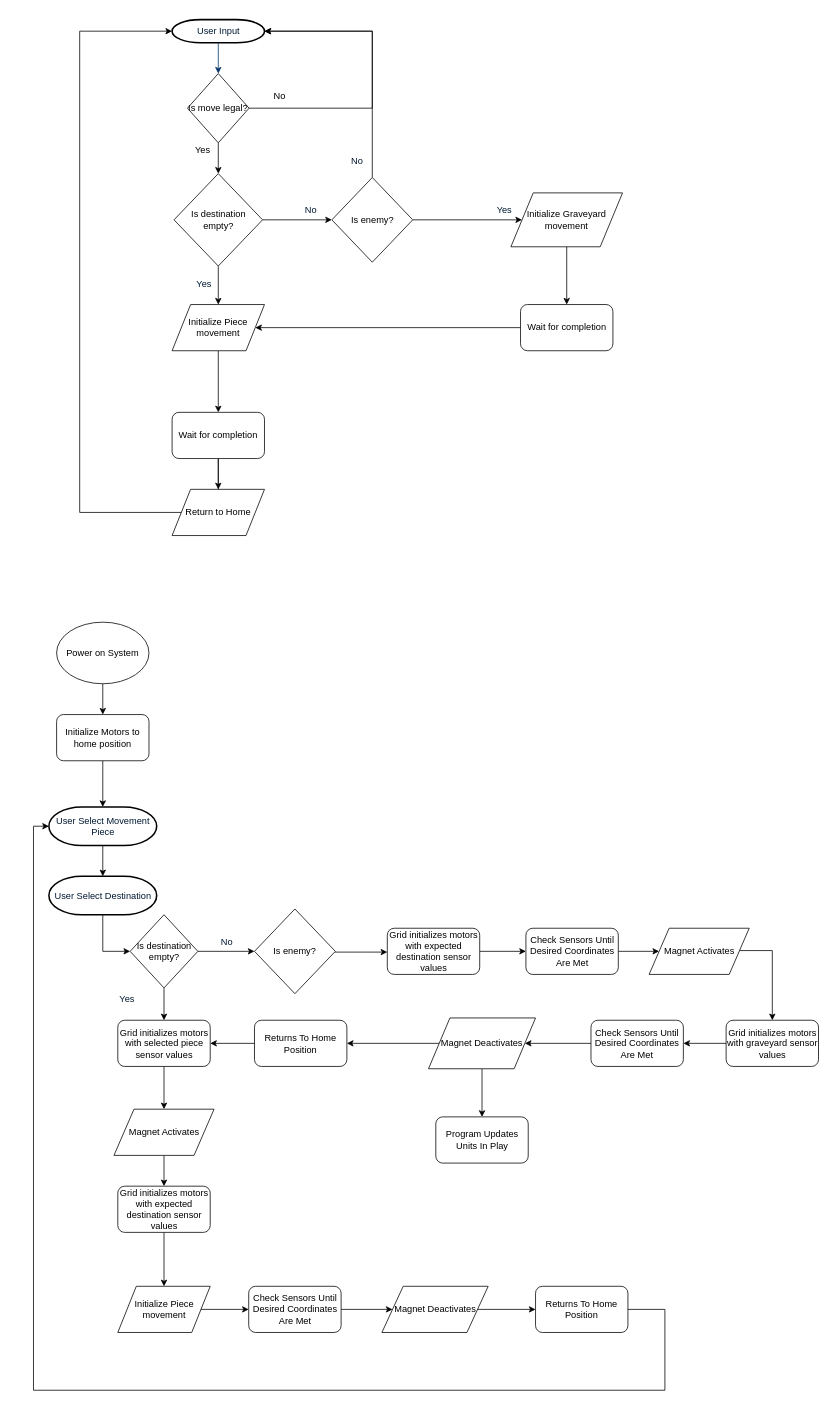
Earlier version of the draw.io diagram Block_Diagram.drawio (rsolo93/Chess). Source tidied: cells renumbered, new cells numbered last; positions are measured from the earlier drawing's top-left corner, leaving out a move shared by most shapes. Both pictures are drawn from the tidied source at 77%, with x=0, y=0 at pixel (33, 19).
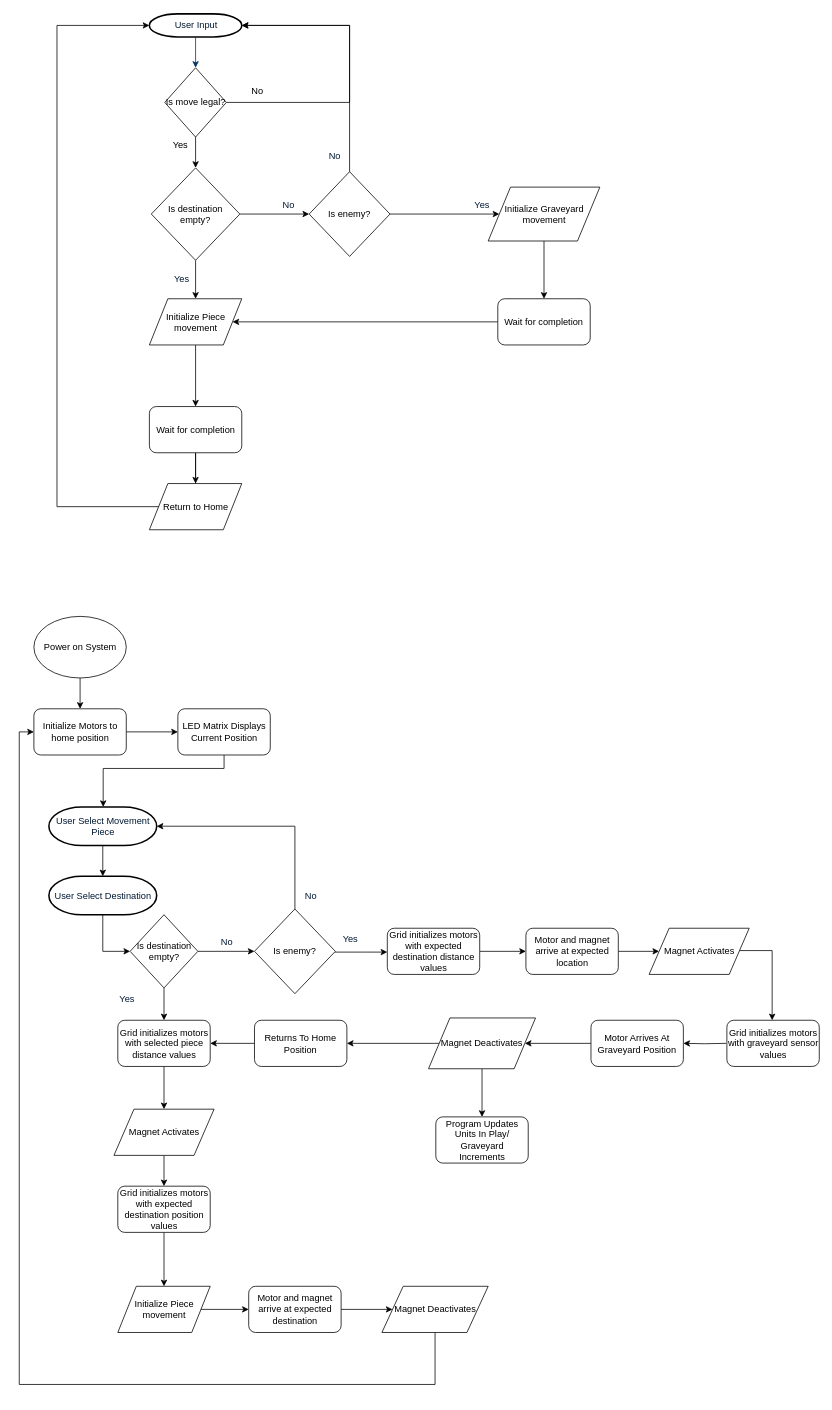
Above is the later version.

Unchanged cells that the change refers to:
```xml
<mxCell id="35" value="User Select Movement &lt;br&gt;Piece" style="shape=mxgraph.flowchart.terminator;fillColor=#FFFFFF;strokeColor=#000000;strokeWidth=2;gradientColor=none;gradientDirection=north;fontColor=#001933;fontStyle=0;html=1;" parent="1" vertex="1">
  <mxGeometry x="20" y="1022.5" width="140" height="50" as="geometry" />
</mxCell>
<mxCell id="42" value="Is enemy?" style="rhombus;whiteSpace=wrap;html=1;" parent="1" vertex="1">
  <mxGeometry x="287" y="1155" width="105" height="110" as="geometry" />
</mxCell>
<mxCell id="58" value="Magnet Deactivates" style="shape=parallelogram;perimeter=parallelogramPerimeter;whiteSpace=wrap;html=1;" parent="1" vertex="1">
  <mxGeometry x="452.5" y="1645" width="138" height="60" as="geometry" />
</mxCell>
<mxCell id="62" value="Magnet Activates" style="shape=parallelogram;perimeter=parallelogramPerimeter;whiteSpace=wrap;html=1;" parent="1" vertex="1">
  <mxGeometry x="799.5" y="1180" width="130" height="60" as="geometry" />
</mxCell>
```

What changed in the source:
```diff
@@
     <mxCell id="2" value="User Input" style="shape=mxgraph.flowchart.terminator;fillColor=#FFFFFF;strokeColor=#000000;strokeWidth=2;gradientColor=none;gradientDirection=north;fontColor=#001933;fontStyle=0;html=1;" parent="1" vertex="1">
-      <mxGeometry x="180" width="120" height="30" as="geometry" />
+      <mxGeometry x="150.5" y="-7.5" width="120" height="30" as="geometry" />
     </mxCell>
     <mxCell id="3" style="fontColor=#001933;fontStyle=1;strokeColor=#003366;strokeWidth=1;html=1;" parent="1" edge="1" source="2">
       <mxGeometry relative="1" as="geometry">
-        <mxPoint x="240" y="70" as="targetPoint" />
+        <mxPoint x="210.5" y="62.5" as="targetPoint" />
       </mxGeometry>
     </mxCell>
     <mxCell id="4" value="No" style="text;fontColor=#001933;fontStyle=0;html=1;strokeColor=none;gradientColor=none;fillColor=none;strokeWidth=2;align=center;" parent="1" vertex="1">
-      <mxGeometry x="400" y="170" width="40" height="26" as="geometry" />
+      <mxGeometry x="370.5" y="162.5" width="40" height="26" as="geometry" />
     </mxCell>
     <mxCell id="5" value="Yes" style="text;fontColor=#001933;fontStyle=0;html=1;strokeColor=none;gradientColor=none;fillColor=none;strokeWidth=2;" parent="1" vertex="1">
-      <mxGeometry x="600" y="234" width="40" height="26" as="geometry" />
+      <mxGeometry x="570.5" y="226.5" width="40" height="26" as="geometry" />
     </mxCell>
     <mxCell id="6" style="edgeStyle=orthogonalEdgeStyle;rounded=0;jettySize=auto;html=1;entryX=1;entryY=0.5;entryDx=0;entryDy=0;entryPerimeter=0;" parent="1" edge="1" source="8" target="2">
       <mxGeometry relative="1" as="geometry">
         <Array as="points">
-          <mxPoint x="440" y="115" />
-          <mxPoint x="440" y="15" />
+          <mxPoint x="410.5" y="107.5" />
+          <mxPoint x="410.5" y="7.5" />
         </Array>
       </mxGeometry>
     </mxCell>
@@
     <mxCell id="8" value="Is move legal?" style="rhombus;whiteSpace=wrap;html=1;" parent="1" vertex="1">
-      <mxGeometry x="200" y="70" width="80" height="90" as="geometry" />
+      <mxGeometry x="170.5" y="62.5" width="80" height="90" as="geometry" />
     </mxCell>
     <mxCell id="9" value="No" style="text;html=1;strokeColor=none;fillColor=none;align=center;verticalAlign=middle;whiteSpace=wrap;rounded=0;" parent="1" vertex="1">
-      <mxGeometry x="300" y="90" width="40" height="20" as="geometry" />
+      <mxGeometry x="270.5" y="82.5" width="40" height="20" as="geometry" />
     </mxCell>
     <mxCell id="10" value="Yes" style="text;html=1;strokeColor=none;fillColor=none;align=center;verticalAlign=middle;whiteSpace=wrap;rounded=0;" parent="1" vertex="1">
-      <mxGeometry x="200" y="160" width="40" height="20" as="geometry" />
+      <mxGeometry x="170.5" y="152.5" width="40" height="20" as="geometry" />
     </mxCell>
@@
     <mxCell id="13" value="&lt;font style=&quot;font-size: 12px&quot;&gt;Is destination empty?&lt;/font&gt;" style="rhombus;whiteSpace=wrap;html=1;" parent="1" vertex="1">
-      <mxGeometry x="182.5" y="200" width="115" height="120" as="geometry" />
+      <mxGeometry x="153" y="192.5" width="115" height="120" as="geometry" />
     </mxCell>
@@
     <mxCell id="15" value="Initialize Piece movement" style="shape=parallelogram;perimeter=parallelogramPerimeter;whiteSpace=wrap;html=1;" parent="1" vertex="1">
-      <mxGeometry x="180" y="370" width="120" height="60" as="geometry" />
+      <mxGeometry x="150.5" y="362.5" width="120" height="60" as="geometry" />
     </mxCell>
@@
     <mxCell id="17" value="Initialize Graveyard movement" style="shape=parallelogram;perimeter=parallelogramPerimeter;whiteSpace=wrap;html=1;" parent="1" vertex="1">
-      <mxGeometry x="620" y="225" width="145" height="70" as="geometry" />
+      <mxGeometry x="590.5" y="217.5" width="145" height="70" as="geometry" />
     </mxCell>
@@
     <mxCell id="19" value="Is enemy?" style="rhombus;whiteSpace=wrap;html=1;" parent="1" vertex="1">
-      <mxGeometry x="387.5" y="205" width="105" height="110" as="geometry" />
+      <mxGeometry x="358" y="197.5" width="105" height="110" as="geometry" />
     </mxCell>
     <mxCell id="20" value="No" style="text;fontColor=#001933;fontStyle=0;html=1;strokeColor=none;gradientColor=none;fillColor=none;strokeWidth=2;align=center;" parent="1" vertex="1">
-      <mxGeometry x="340" y="234" width="40" height="26" as="geometry" />
+      <mxGeometry x="310.5" y="226.5" width="40" height="26" as="geometry" />
     </mxCell>
     <mxCell id="21" style="edgeStyle=orthogonalEdgeStyle;rounded=0;jettySize=auto;html=1;exitX=0.5;exitY=0;exitDx=0;exitDy=0;" parent="1" edge="1" source="19" target="2">
       <mxGeometry relative="1" as="geometry">
         <Array as="points">
-          <mxPoint x="440" y="15" />
+          <mxPoint x="410.5" y="7.5" />
         </Array>
       </mxGeometry>
     </mxCell>
     <mxCell id="22" value="Yes" style="text;fontColor=#001933;fontStyle=0;html=1;strokeColor=none;gradientColor=none;fillColor=none;strokeWidth=2;" parent="1" vertex="1">
-      <mxGeometry x="210" y="330" width="40" height="26" as="geometry" />
+      <mxGeometry x="180.5" y="322.5" width="40" height="26" as="geometry" />
     </mxCell>
@@
     <mxCell id="24" value="Wait for completion" style="rounded=1;whiteSpace=wrap;html=1;" parent="1" vertex="1">
-      <mxGeometry x="632.5" y="370" width="120" height="60" as="geometry" />
+      <mxGeometry x="603" y="362.5" width="120" height="60" as="geometry" />
     </mxCell>
     <mxCell id="25" style="edgeStyle=orthogonalEdgeStyle;rounded=0;jettySize=auto;html=1;entryX=0;entryY=0.5;entryDx=0;entryDy=0;entryPerimeter=0;" parent="1" edge="1" source="27" target="2">
       <mxGeometry relative="1" as="geometry">
         <Array as="points">
-          <mxPoint x="240" y="640" />
-          <mxPoint x="60" y="640" />
-          <mxPoint x="60" y="15" />
+          <mxPoint x="210.5" y="632.5" />
+          <mxPoint x="30.5" y="632.5" />
+          <mxPoint x="30.5" y="7.5" />
         </Array>
       </mxGeometry>
     </mxCell>
@@
     <mxCell id="27" value="Wait for completion" style="rounded=1;whiteSpace=wrap;html=1;" parent="1" vertex="1">
-      <mxGeometry x="180" y="510" width="120" height="60" as="geometry" />
+      <mxGeometry x="150.5" y="502.5" width="120" height="60" as="geometry" />
     </mxCell>
     <mxCell id="28" value="Return to Home" style="shape=parallelogram;perimeter=parallelogramPerimeter;whiteSpace=wrap;html=1;" parent="1" vertex="1">
-      <mxGeometry x="180" y="610" width="120" height="60" as="geometry" />
+      <mxGeometry x="150.5" y="602.5" width="120" height="60" as="geometry" />
     </mxCell>
     <mxCell id="29" style="edgeStyle=orthogonalEdgeStyle;rounded=0;orthogonalLoop=1;jettySize=auto;html=1;entryX=0;entryY=0.5;entryDx=0;entryDy=0;entryPerimeter=0;" parent="1" edge="1">
       <mxGeometry relative="1" as="geometry">
-        <mxPoint x="180" y="996" as="targetPoint" />
+        <mxPoint x="150.5" y="988.5" as="targetPoint" />
         <Array as="points">
-          <mxPoint x="240" y="1621" />
-          <mxPoint x="60" y="1621" />
-          <mxPoint x="60" y="996" />
+          <mxPoint x="210.5" y="1613.5" />
+          <mxPoint x="30.5" y="1613.5" />
+          <mxPoint x="30.5" y="988.5" />
         </Array>
       </mxGeometry>
     </mxCell>
@@
     <mxCell id="31" value="Power on System" style="ellipse;whiteSpace=wrap;html=1;" parent="1" vertex="1">
-      <mxGeometry x="30" y="782.5" width="120" height="80" as="geometry" />
+      <mxGeometry x="0.5" y="775" width="120" height="80" as="geometry" />
     </mxCell>
-    <mxCell id="32" style="edgeStyle=orthogonalEdgeStyle;rounded=0;jettySize=auto;html=1;" parent="1" edge="1" source="33" target="35">
-      <mxGeometry relative="1" as="geometry" />
-    </mxCell>
+    <mxCell id="75" style="edgeStyle=orthogonalEdgeStyle;rounded=0;jettySize=auto;html=1;" parent="1" edge="1" source="33" target="78">
+      <mxGeometry relative="1" as="geometry" />
+    </mxCell>
     <mxCell id="33" value="Initialize Motors to home position" style="rounded=1;whiteSpace=wrap;html=1;" parent="1" vertex="1">
-      <mxGeometry x="30" y="902.5" width="120" height="60" as="geometry" />
+      <mxGeometry x="0.5" y="895" width="120" height="60" as="geometry" />
     </mxCell>
@@
+    <mxCell id="76" style="edgeStyle=orthogonalEdgeStyle;rounded=0;jettySize=auto;html=1;entryX=1;entryY=0.5;entryDx=0;entryDy=0;entryPerimeter=0;" parent="1" edge="1" source="42" target="35">
+      <mxGeometry relative="1" as="geometry">
+        <Array as="points">
+          <mxPoint x="339.5" y="1047.5" />
+        </Array>
+      </mxGeometry>
+    </mxCell>
@@
-    <mxCell id="45" value="Grid initializes motors with expected destination sensor values" style="rounded=1;whiteSpace=wrap;html=1;" parent="1" vertex="1">
+    <mxCell id="45" value="Grid initializes motors with expected destination distance&lt;br&gt;values" style="rounded=1;whiteSpace=wrap;html=1;" parent="1" vertex="1">
       <mxGeometry x="459.5" y="1180" width="120" height="60" as="geometry" />
     </mxCell>
@@
-    <mxCell id="50" value="Grid initializes motors with expected destination sensor values" style="rounded=1;whiteSpace=wrap;html=1;" parent="1" vertex="1">
+    <mxCell id="50" value="Grid initializes motors with expected destination position&lt;br&gt;values" style="rounded=1;whiteSpace=wrap;html=1;" parent="1" vertex="1">
       <mxGeometry x="109.5" y="1515" width="120" height="60" as="geometry" />
     </mxCell>
@@
-    <mxCell id="52" value="Grid initializes motors with selected piece sensor values" style="rounded=1;whiteSpace=wrap;html=1;" parent="1" vertex="1">
+    <mxCell id="52" value="Grid initializes motors with selected piece distance values" style="rounded=1;whiteSpace=wrap;html=1;" parent="1" vertex="1">
       <mxGeometry x="109.5" y="1299.5" width="120" height="60" as="geometry" />
     </mxCell>
@@
-    <mxCell id="56" value="Check Sensors Until Desired Coordinates Are Met" style="rounded=1;whiteSpace=wrap;html=1;" parent="1" vertex="1">
+    <mxCell id="56" value="Motor and magnet arrive at expected destination" style="rounded=1;whiteSpace=wrap;html=1;" parent="1" vertex="1">
       <mxGeometry x="279.5" y="1645" width="120" height="60" as="geometry" />
     </mxCell>
-    <mxCell id="57" style="edgeStyle=orthogonalEdgeStyle;rounded=0;jettySize=auto;html=1;" parent="1" edge="1" source="58" target="72">
-      <mxGeometry relative="1" as="geometry" />
+    <mxCell id="57" style="edgeStyle=orthogonalEdgeStyle;rounded=0;jettySize=auto;html=1;entryX=0;entryY=0.5;entryDx=0;entryDy=0;" parent="1" edge="1" source="58" target="33">
+      <mxGeometry relative="1" as="geometry">
+        <Array as="points">
+          <mxPoint x="521.5" y="1772.5" />
+          <mxPoint x="-18.5" y="1772.5" />
+          <mxPoint x="-18.5" y="924.5" />
+        </Array>
+      </mxGeometry>
     </mxCell>
@@
-    <mxCell id="60" value="Check Sensors Until Desired Coordinates Are Met" style="rounded=1;whiteSpace=wrap;html=1;" parent="1" vertex="1">
+    <mxCell id="60" value="Motor and magnet arrive at expected location" style="rounded=1;whiteSpace=wrap;html=1;" parent="1" vertex="1">
       <mxGeometry x="639.5" y="1180" width="120" height="60" as="geometry" />
     </mxCell>
-    <mxCell id="61" style="edgeStyle=orthogonalEdgeStyle;rounded=0;jettySize=auto;html=1;" parent="1" edge="1" source="62" target="64">
+    <mxCell id="61" style="edgeStyle=orthogonalEdgeStyle;rounded=0;jettySize=auto;html=1;" parent="1" edge="1" source="62">
       <mxGeometry relative="1" as="geometry">
+        <mxPoint x="959.3" y="1299.5" as="targetPoint" />
         <Array as="points">
           <mxPoint x="959.5" y="1209" />
         </Array>
       </mxGeometry>
     </mxCell>
@@
-    <mxCell id="63" style="edgeStyle=orthogonalEdgeStyle;rounded=0;jettySize=auto;html=1;" parent="1" edge="1" source="64" target="66">
-      <mxGeometry relative="1" as="geometry" />
+    <mxCell id="63" style="edgeStyle=orthogonalEdgeStyle;rounded=0;jettySize=auto;html=1;" parent="1" edge="1" target="66">
+      <mxGeometry relative="1" as="geometry">
+        <mxPoint x="899.5" y="1329.5" as="sourcePoint" />
+      </mxGeometry>
     </mxCell>
     <mxCell id="64" value="Grid initializes motors with graveyard sensor values" style="rounded=1;whiteSpace=wrap;html=1;" parent="1" vertex="1">
-      <mxGeometry x="899.5" y="1299.5" width="120" height="60" as="geometry" />
+      <mxGeometry x="900.5" y="1299.5" width="120" height="60" as="geometry" />
     </mxCell>
@@
-    <mxCell id="66" value="Check Sensors Until Desired Coordinates Are Met" style="rounded=1;whiteSpace=wrap;html=1;" parent="1" vertex="1">
+    <mxCell id="66" value="Motor Arrives At Graveyard Position" style="rounded=1;whiteSpace=wrap;html=1;" parent="1" vertex="1">
       <mxGeometry x="724" y="1299.5" width="120" height="60" as="geometry" />
     </mxCell>
@@
-    <mxCell id="70" value="Program Updates&lt;br&gt;Units In Play" style="rounded=1;whiteSpace=wrap;html=1;" parent="1" vertex="1">
+    <mxCell id="70" value="Program Updates&lt;br&gt;Units In Play/ Graveyard Increments" style="rounded=1;whiteSpace=wrap;html=1;" parent="1" vertex="1">
       <mxGeometry x="522.5" y="1425" width="120" height="60" as="geometry" />
     </mxCell>
-    <mxCell id="71" style="edgeStyle=orthogonalEdgeStyle;rounded=0;jettySize=auto;html=1;entryX=0;entryY=0.5;entryDx=0;entryDy=0;entryPerimeter=0;" parent="1" edge="1" source="72" target="35">
-      <mxGeometry relative="1" as="geometry">
-        <Array as="points">
-          <mxPoint x="820" y="1675" />
-          <mxPoint x="820" y="1780" />
-          <mxPoint y="1780" />
-          <mxPoint y="1048" />
-        </Array>
-      </mxGeometry>
-    </mxCell>
-    <mxCell id="72" value="Returns To Home Position" style="rounded=1;whiteSpace=wrap;html=1;" parent="1" vertex="1">
-      <mxGeometry x="652" y="1645" width="120" height="60" as="geometry" />
-    </mxCell>
@@
+    <mxCell id="77" style="edgeStyle=orthogonalEdgeStyle;rounded=0;jettySize=auto;html=1;" parent="1" edge="1" source="78" target="35">
+      <mxGeometry relative="1" as="geometry">
+        <Array as="points">
+          <mxPoint x="247.5" y="972.5" />
+          <mxPoint x="90.5" y="972.5" />
+        </Array>
+      </mxGeometry>
+    </mxCell>
+    <mxCell id="78" value="LED Matrix Displays Current Position" style="rounded=1;whiteSpace=wrap;html=1;" parent="1" vertex="1">
+      <mxGeometry x="187.5" y="895" width="120" height="60" as="geometry" />
+    </mxCell>
+    <mxCell id="79" value="Yes" style="text;fontColor=#001933;fontStyle=0;html=1;strokeColor=none;gradientColor=none;fillColor=none;strokeWidth=2;" parent="1" vertex="1">
+      <mxGeometry x="399.5" y="1180" width="40" height="26" as="geometry" />
+    </mxCell>
+    <mxCell id="80" value="No" style="text;fontColor=#001933;fontStyle=0;html=1;strokeColor=none;gradientColor=none;fillColor=none;strokeWidth=2;align=center;" parent="1" vertex="1">
+      <mxGeometry x="339.5" y="1124.5" width="40" height="26" as="geometry" />
+    </mxCell>
```
